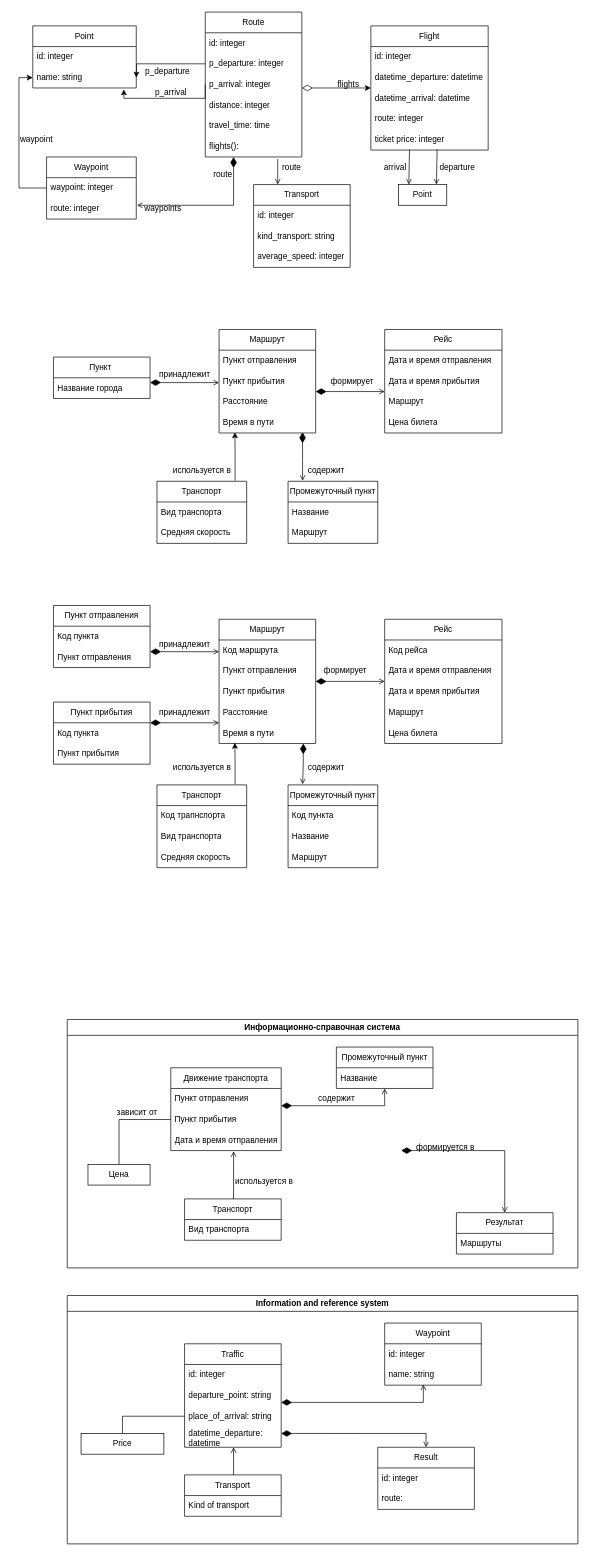
Above: Диаграмма мпо.drawio in Anaastasiya/- (draw.io), before the change. Source tidied: cells renumbered, new cells numbered last; positions are measured from the earlier drawing's top-left corner, leaving out a move shared by most shapes. Both pictures are drawn from the tidied source at 69%, with x=0, y=0 at pixel (12, 12).
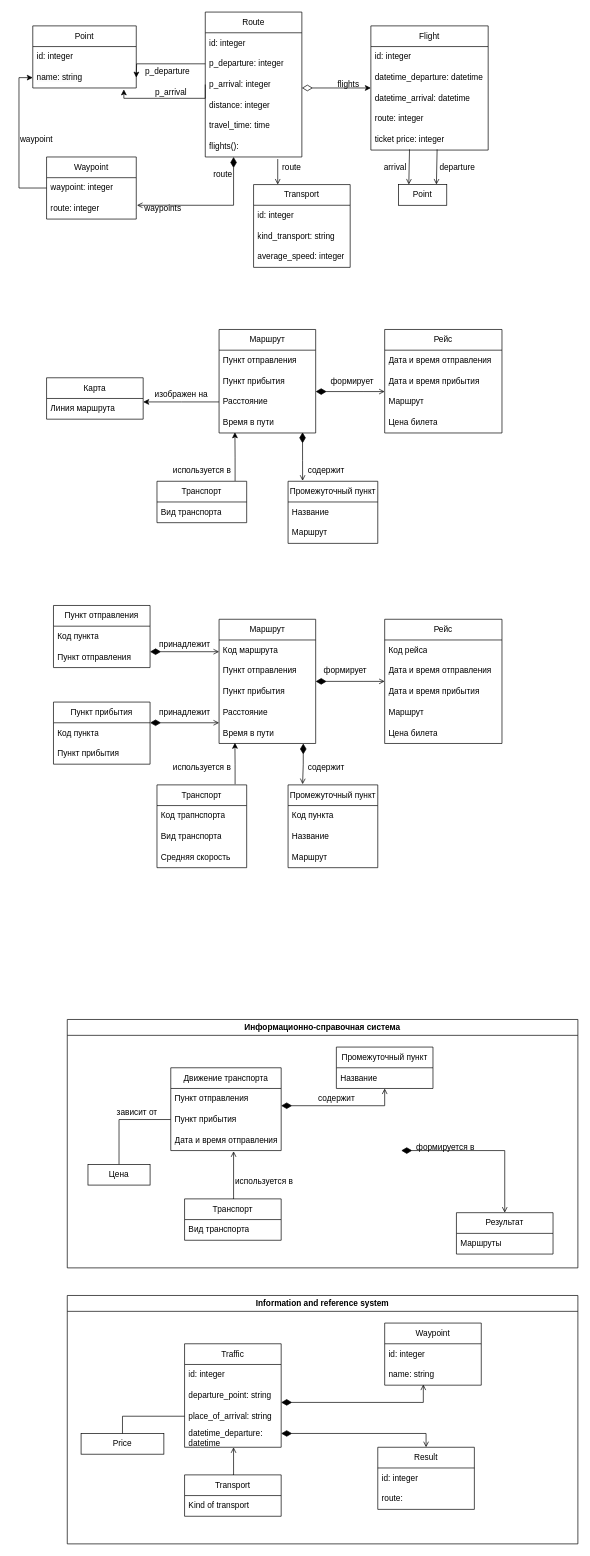
Above is the later version.

Unchanged cells that the change refers to:
```xml
<mxCell id="85" value="Расстояние&amp;nbsp;" style="text;strokeColor=none;fillColor=none;align=left;verticalAlign=middle;spacingLeft=4;spacingRight=4;overflow=hidden;points=[[0,0.5],[1,0.5]];portConstraint=eastwest;whiteSpace=wrap;html=1;" parent="82" vertex="1">
  <mxGeometry y="90" width="140" height="30" as="geometry" />
</mxCell>
```

What changed in the source:
```diff
@@
-    <mxCell id="80" value="Пункт&amp;nbsp;" style="swimlane;fontStyle=0;horizontal=1;startSize=30;whiteSpace=wrap;html=1;" parent="1" vertex="1">
-      <mxGeometry x="60" y="500" width="140" height="60" as="geometry" />
+    <mxCell id="80" value="Карта" style="swimlane;fontStyle=0;horizontal=1;startSize=30;whiteSpace=wrap;html=1;" parent="1" vertex="1">
+      <mxGeometry x="50" y="530" width="140" height="60" as="geometry" />
     </mxCell>
-    <mxCell id="81" value="Название города" style="text;strokeColor=none;fillColor=none;align=left;verticalAlign=middle;spacingLeft=4;spacingRight=4;overflow=hidden;points=[[0,0.5],[1,0.5]];portConstraint=eastwest;whiteSpace=wrap;html=1;" parent="80" vertex="1">
+    <mxCell id="81" value="Линия маршрута" style="text;strokeColor=none;fillColor=none;align=left;verticalAlign=middle;spacingLeft=4;spacingRight=4;overflow=hidden;points=[[0,0.5],[1,0.5]];portConstraint=eastwest;whiteSpace=wrap;html=1;" parent="80" vertex="1">
       <mxGeometry y="30" width="140" height="30" as="geometry" />
     </mxCell>
@@
     <mxCell id="93" value="Транспорт" style="swimlane;fontStyle=0;horizontal=1;startSize=30;whiteSpace=wrap;html=1;" parent="1" vertex="1">
-      <mxGeometry x="210" y="680" width="130" height="90" as="geometry" />
+      <mxGeometry x="210" y="680" width="130" height="60" as="geometry" />
     </mxCell>
@@
-    <mxCell id="95" value="Средняя скорость" style="text;strokeColor=none;fillColor=none;align=left;verticalAlign=middle;spacingLeft=4;spacingRight=4;overflow=hidden;whiteSpace=wrap;html=1;" parent="93" vertex="1">
-      <mxGeometry y="60" width="130" height="30" as="geometry" />
-    </mxCell>
-    <mxCell id="96" style="edgeStyle=orthogonalEdgeStyle;rounded=0;jettySize=auto;html=1;startArrow=diamondThin;startFill=1;startSize=13;endArrow=open;endFill=0;exitX=1;exitY=0.233;exitDx=0;exitDy=0;exitPerimeter=0;" parent="1" edge="1" source="81">
-      <mxGeometry relative="1" as="geometry">
-        <mxPoint x="300" y="537" as="targetPoint" />
-      </mxGeometry>
-    </mxCell>
@@
-    <mxCell id="102" value="принадлежит" style="text;html=1;align=center;verticalAlign=middle;strokeColor=none;fillColor=none;" parent="1" vertex="1">
-      <mxGeometry x="200" y="510" width="100" height="30" as="geometry" />
+    <mxCell id="102" value="изображен на" style="text;html=1;align=center;verticalAlign=middle;strokeColor=none;fillColor=none;" parent="1" vertex="1">
+      <mxGeometry x="195" y="540" width="100" height="30" as="geometry" />
     </mxCell>
@@
+    <mxCell id="144" style="edgeStyle=orthogonalEdgeStyle;rounded=0;jettySize=auto;html=1;exitX=0;exitY=0.5;exitDx=0;exitDy=0;" parent="1" edge="1" source="85">
+      <mxGeometry relative="1" as="geometry">
+        <mxPoint x="190" y="565" as="targetPoint" />
+      </mxGeometry>
+    </mxCell>
```
